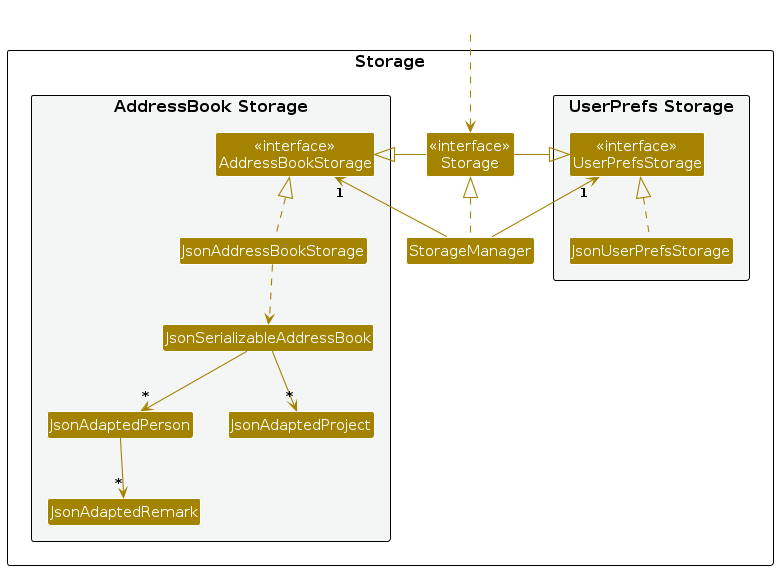
Earlier version of the PlantUML export diagrams/StorageClassDiagram.png (AY2526S1-CS2103T-W14-4/tp). Its source is kept beside it as diagrams/StorageClassDiagram.puml.
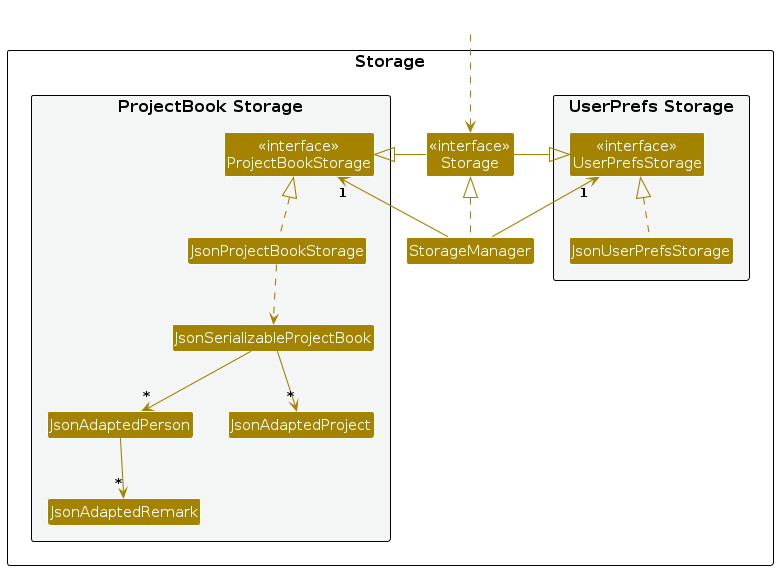
After the change.

Change to the diagram source:
```diff
@@ -14,10 +14,10 @@
 Class "<<interface>>\nStorage" as Storage
 Class StorageManager
 
-package "AddressBook Storage" #F4F6F6{
-Class "<<interface>>\nAddressBookStorage" as AddressBookStorage
-Class JsonAddressBookStorage
-Class JsonSerializableAddressBook
+package "ProjectBook Storage" #F4F6F6{
+Class "<<interface>>\nProjectBookStorage" as ProjectBookStorage
+Class JsonProjectBookStorage
+Class JsonSerializableProjectBook
 Class JsonAdaptedPerson
 Class JsonAdaptedProject
 Class JsonAdaptedRemark
@@ -30,16 +30,16 @@
 
 StorageManager .up.|> Storage
 StorageManager -up-> "1" UserPrefsStorage
-StorageManager -up-> "1" AddressBookStorage
+StorageManager -up-> "1" ProjectBookStorage
 
 Storage -left-|> UserPrefsStorage
-Storage -right-|> AddressBookStorage
+Storage -right-|> ProjectBookStorage
 
 JsonUserPrefsStorage .up.|> UserPrefsStorage
-JsonAddressBookStorage .up.|> AddressBookStorage
-JsonAddressBookStorage ..> JsonSerializableAddressBook
-JsonSerializableAddressBook --> "*" JsonAdaptedPerson
-JsonSerializableAddressBook --> "*" JsonAdaptedProject
+JsonProjectBookStorage .up.|> ProjectBookStorage
+JsonProjectBookStorage ..> JsonSerializableProjectBook
+JsonSerializableProjectBook --> "*" JsonAdaptedPerson
+JsonSerializableProjectBook --> "*" JsonAdaptedProject
 JsonAdaptedPerson --> "*" JsonAdaptedRemark
 
 @enduml
```
